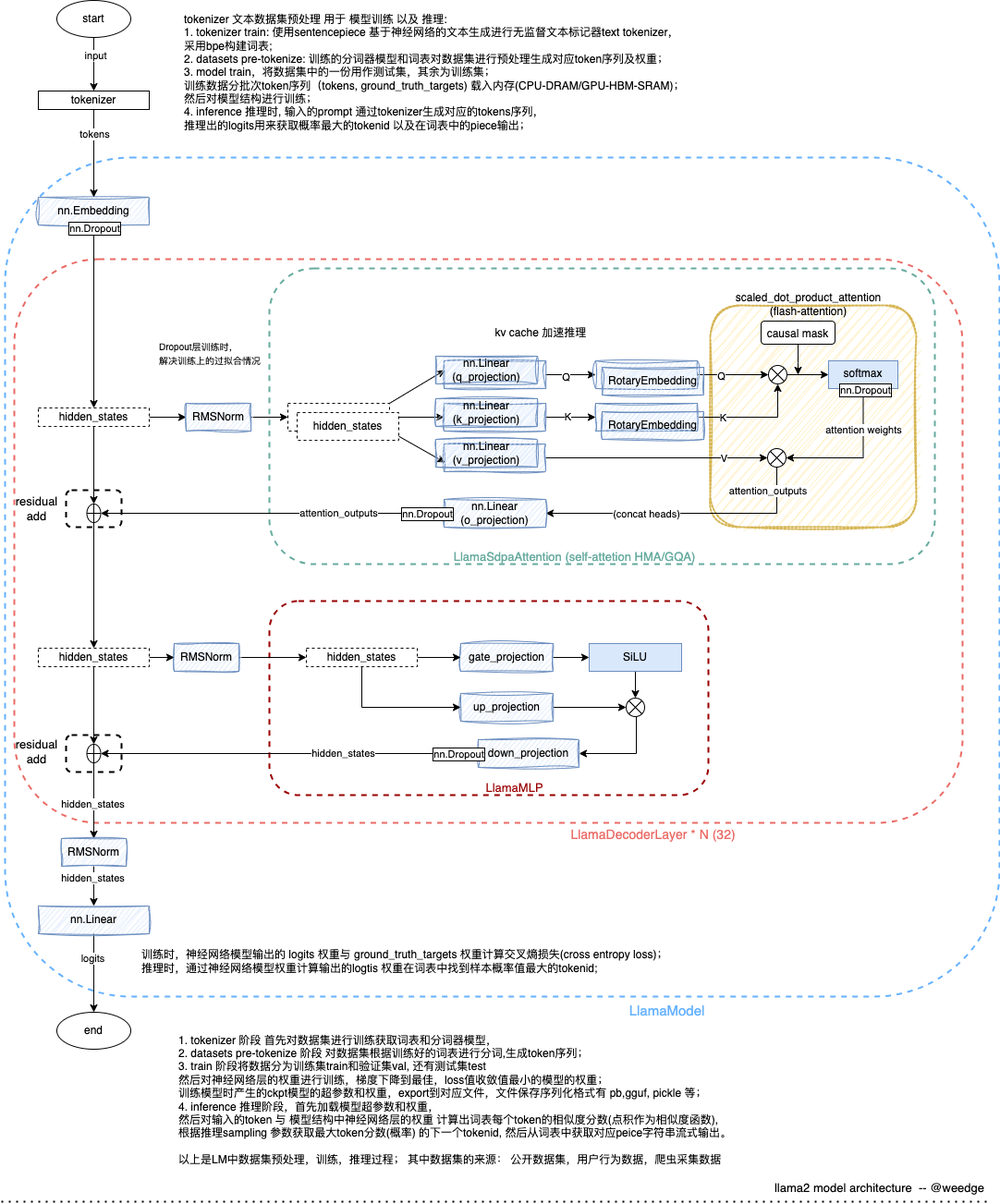
This is docs/llama2.drawio.png from ai-bot-pro/baby-llm, a draw.io export, as it was before one commit. Source tidied: cells renumbered, new cells last; positions are measured from the earlier drawing's top-left corner, leaving out a move shared by most shapes.
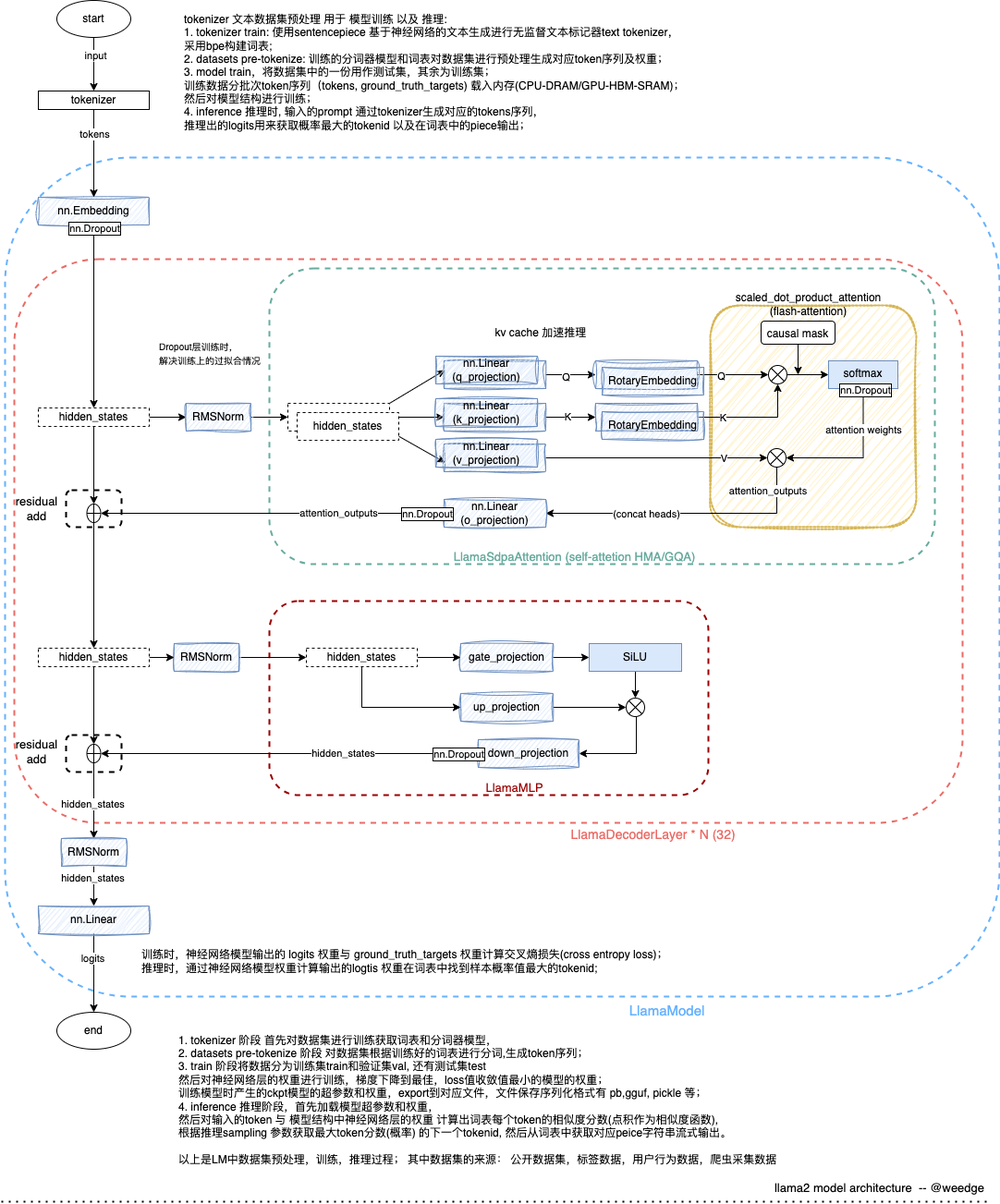
After the commit.

What changed in the source:
```diff
@@ -26,8 +26,8 @@
     <mxCell id="9" value="nn.Embedding" style="whiteSpace=wrap;html=1;strokeWidth=1;fillColor=#dae8fc;strokeColor=#6c8ebf;sketch=1;curveFitting=1;jiggle=2;" parent="1" vertex="1">
       <mxGeometry x="40" y="213" width="120" height="30" as="geometry" />
     </mxCell>
-    <mxCell id="10" value="&lt;div style=&quot;&quot;&gt;&lt;span style=&quot;background-color: initial;&quot;&gt;1. tokenizer 阶段 首先对数据集进行训练获取词表和分词器模型，&lt;/span&gt;&lt;/div&gt;&lt;div style=&quot;&quot;&gt;&lt;span style=&quot;background-color: initial;&quot;&gt;2. datasets pre-tokenize 阶段 对数据集根据训练好的词表进行分词,生成token序列；&lt;/span&gt;&lt;/div&gt;&lt;div style=&quot;&quot;&gt;&lt;span style=&quot;background-color: initial;&quot;&gt;3. train 阶段将数据分为训练集train和验证集val, 还有测试集test&amp;nbsp;&lt;/span&gt;&lt;/div&gt;&lt;div style=&quot;&quot;&gt;&lt;span style=&quot;background-color: initial;&quot;&gt;然后对神经网络层的权重进行训练，梯度下降到最佳，loss值收敛值最小的模型的权重；&lt;/span&gt;&lt;/div&gt;&lt;div style=&quot;&quot;&gt;&lt;span style=&quot;background-color: initial;&quot;&gt;训练模型时产生的ckpt模型的超参数和权重，export到对应文件，文件保存序列化格式有 pb,gguf,&amp;nbsp;&lt;/span&gt;&lt;span style=&quot;text-align: center; background-color: initial;&quot;&gt;pickle&amp;nbsp;&lt;/span&gt;&lt;span style=&quot;text-align: center; background-color: initial;&quot;&gt;等；&lt;/span&gt;&lt;/div&gt;&lt;div style=&quot;&quot;&gt;&lt;span style=&quot;background-color: initial;&quot;&gt;4. inference 推理阶段，首先加载模型超参数和权重，&lt;/span&gt;&lt;/div&gt;&lt;div style=&quot;&quot;&gt;&lt;span style=&quot;background-color: initial;&quot;&gt;然后对输入的token 与 模型结构中神经网络层的权重 计算出词表每个token的相似度分数(点积作为相似度函数),&lt;/span&gt;&lt;/div&gt;&lt;div style=&quot;&quot;&gt;&lt;span style=&quot;background-color: initial;&quot;&gt;根据推理sampling 参数获取最大token分数(概率) 的下一个tokenid, 然后从词表中获取对应peice字符串流式输出。&lt;/span&gt;&lt;/div&gt;&lt;div style=&quot;&quot;&gt;&lt;br&gt;&lt;/div&gt;&lt;div style=&quot;&quot;&gt;以上是LM中数据集预处理，训练，推理过程； 其中数据集的来源： 公开数据集，用户行为数据，爬虫采集数据&lt;/div&gt;" style="text;html=1;align=left;verticalAlign=middle;strokeColor=none;fillColor=none;" parent="1" vertex="1">
-      <mxGeometry x="190" y="1110" width="620" height="160" as="geometry" />
+    <mxCell id="10" value="&lt;div style=&quot;&quot;&gt;&lt;span style=&quot;background-color: initial;&quot;&gt;1. tokenizer 阶段 首先对数据集进行训练获取词表和分词器模型，&lt;/span&gt;&lt;/div&gt;&lt;div style=&quot;&quot;&gt;&lt;span style=&quot;background-color: initial;&quot;&gt;2. datasets pre-tokenize 阶段 对数据集根据训练好的词表进行分词,生成token序列；&lt;/span&gt;&lt;/div&gt;&lt;div style=&quot;&quot;&gt;&lt;span style=&quot;background-color: initial;&quot;&gt;3. train 阶段将数据分为训练集train和验证集val, 还有测试集test&amp;nbsp;&lt;/span&gt;&lt;/div&gt;&lt;div style=&quot;&quot;&gt;&lt;span style=&quot;background-color: initial;&quot;&gt;然后对神经网络层的权重进行训练，梯度下降到最佳，loss值收敛值最小的模型的权重；&lt;/span&gt;&lt;/div&gt;&lt;div style=&quot;&quot;&gt;&lt;span style=&quot;background-color: initial;&quot;&gt;训练模型时产生的ckpt模型的超参数和权重，export到对应文件，文件保存序列化格式有 pb,gguf,&amp;nbsp;&lt;/span&gt;&lt;span style=&quot;text-align: center; background-color: initial;&quot;&gt;pickle&amp;nbsp;&lt;/span&gt;&lt;span style=&quot;text-align: center; background-color: initial;&quot;&gt;等；&lt;/span&gt;&lt;/div&gt;&lt;div style=&quot;&quot;&gt;&lt;span style=&quot;background-color: initial;&quot;&gt;4. inference 推理阶段，首先加载模型超参数和权重，&lt;/span&gt;&lt;/div&gt;&lt;div style=&quot;&quot;&gt;&lt;span style=&quot;background-color: initial;&quot;&gt;然后对输入的token 与 模型结构中神经网络层的权重 计算出词表每个token的相似度分数(点积作为相似度函数),&lt;/span&gt;&lt;/div&gt;&lt;div style=&quot;&quot;&gt;&lt;span style=&quot;background-color: initial;&quot;&gt;根据推理sampling 参数获取最大token分数(概率) 的下一个tokenid, 然后从词表中获取对应peice字符串流式输出。&lt;/span&gt;&lt;/div&gt;&lt;div style=&quot;&quot;&gt;&lt;br&gt;&lt;/div&gt;&lt;div style=&quot;&quot;&gt;以上是LM中数据集预处理，训练，推理过程； 其中数据集的来源： 公开数据集，标签数据，用户行为数据，爬虫采集数据&lt;/div&gt;" style="text;html=1;align=left;verticalAlign=middle;strokeColor=none;fillColor=none;" parent="1" vertex="1">
+      <mxGeometry x="190" y="1110" width="670" height="160" as="geometry" />
     </mxCell>
     <mxCell id="11" style="edgeStyle=orthogonalEdgeStyle;rounded=0;jettySize=auto;html=1;" parent="1" edge="1" source="13" target="16">
       <mxGeometry relative="1" as="geometry" />
```
